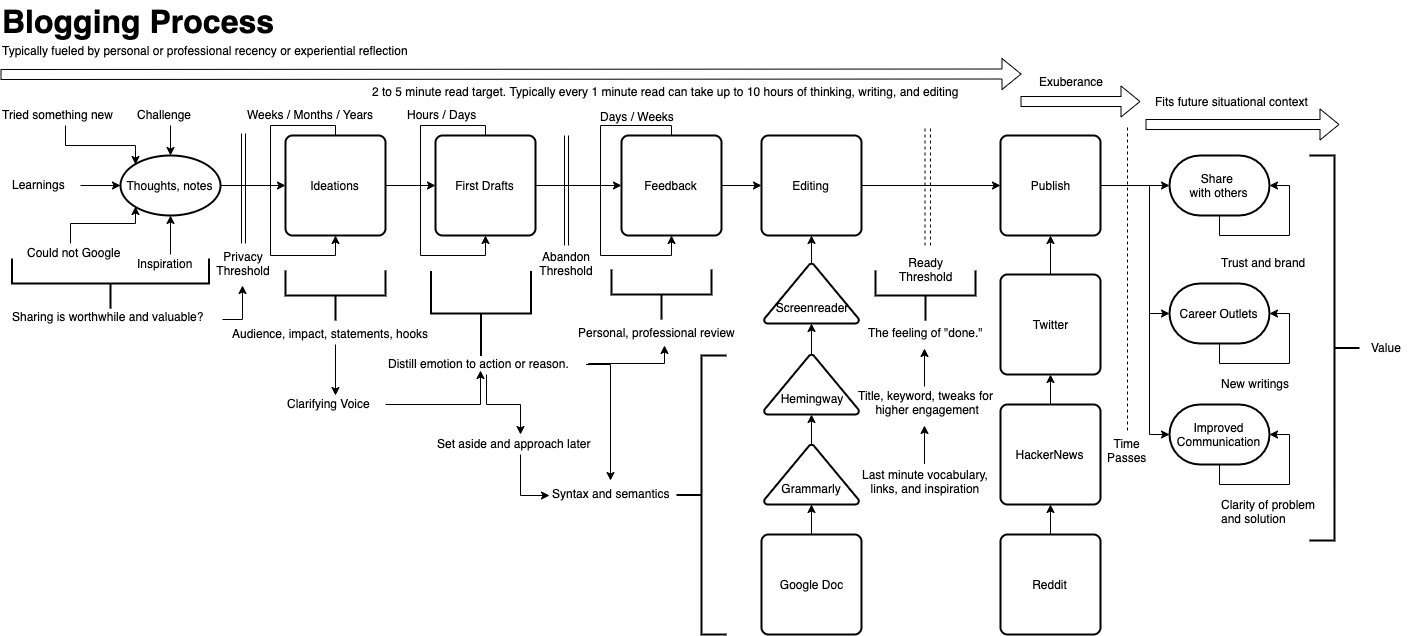
solidi/learning-notes keeps this draw.io diagram as mentoring/diagrams/blogging-process.png. Above is the earlier version. Source tidied: cells renumbered, new cells last; positions are measured from the earlier drawing's top-left corner, leaving out a move shared by most shapes.
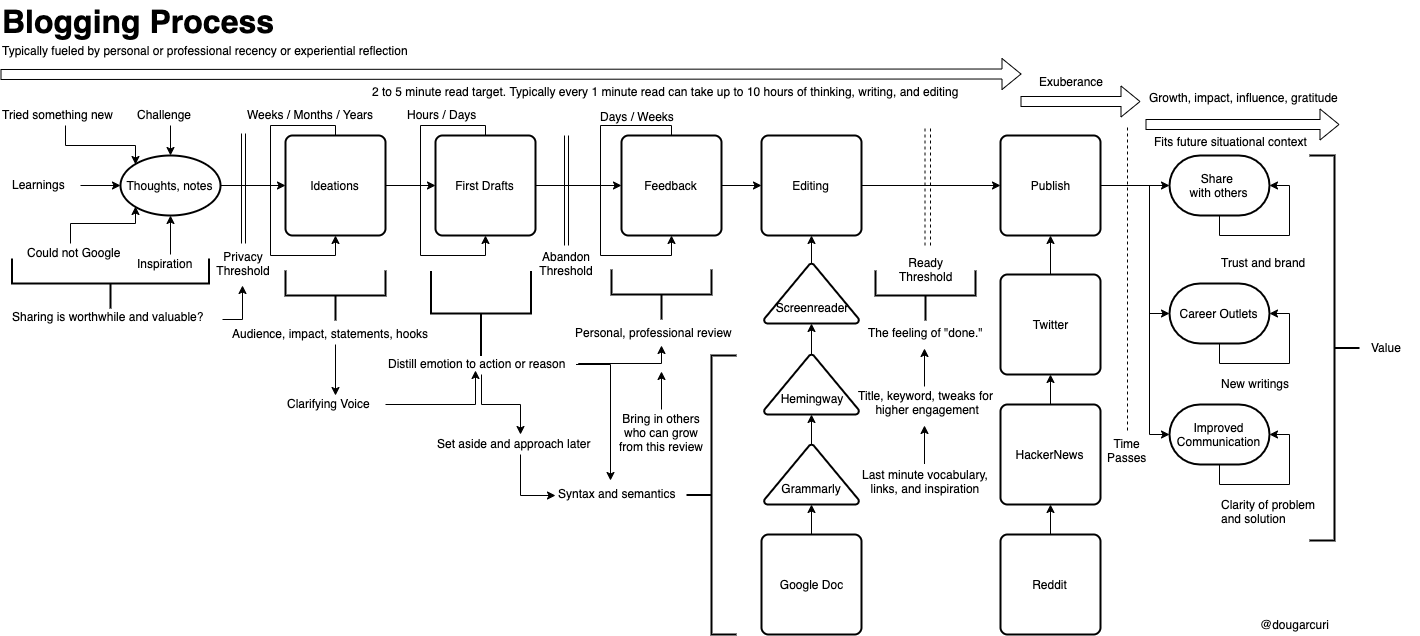
Later version of the same file.

Commit message:
Add growth and impact items

The edit, as a diff of the source:
```diff
@@ -134,7 +134,7 @@
       <mxGeometry x="636" y="244" width="50" height="100" as="geometry" />
     </mxCell>
     <mxCell id="34" value="Personal, professional review" style="text;html=1;points=[];align=left;verticalAlign=top;spacingTop=-4;" parent="1" vertex="1">
-      <mxGeometry x="576" y="323" width="170" height="20" as="geometry" />
+      <mxGeometry x="573" y="323" width="170" height="20" as="geometry" />
     </mxCell>
     <mxCell id="35" style="strokeWidth=2;html=1;shape=mxgraph.flowchart.annotation_2;align=left;labelPosition=right;rotation=-90;" parent="1" vertex="1">
       <mxGeometry x="438" y="263" width="85" height="100" as="geometry" />
@@ -142,21 +142,24 @@
     <mxCell id="36" style="edgeStyle=orthogonalEdgeStyle;rounded=0;jettySize=auto;html=1;entryX=0.518;entryY=1.1;entryDx=0;entryDy=0;entryPerimeter=0;exitX=1.013;exitY=0.5;exitDx=0;exitDy=0;exitPerimeter=0;" parent="1" edge="1" source="39" target="34">
       <mxGeometry relative="1" as="geometry">
         <Array as="points">
-          <mxPoint x="588" y="363" />
-          <mxPoint x="664" y="363" />
+          <mxPoint x="578" y="363" />
+          <mxPoint x="661" y="363" />
         </Array>
       </mxGeometry>
     </mxCell>
     <mxCell id="37" style="edgeStyle=orthogonalEdgeStyle;rounded=0;jettySize=auto;html=1;" parent="1" edge="1" source="39">
       <mxGeometry relative="1" as="geometry">
         <mxPoint x="610" y="480" as="targetPoint" />
+        <Array as="points">
+          <mxPoint x="610" y="364" />
+        </Array>
       </mxGeometry>
     </mxCell>
     <mxCell id="38" style="edgeStyle=orthogonalEdgeStyle;rounded=0;jettySize=auto;html=1;" parent="1" edge="1" source="39" target="72">
       <mxGeometry relative="1" as="geometry" />
     </mxCell>
-    <mxCell id="39" value="Distill emotion to action or reason." style="text;html=1;points=[];align=left;verticalAlign=top;spacingTop=-4;" parent="1" vertex="1">
-      <mxGeometry x="385.5" y="354" width="200" height="20" as="geometry" />
+    <mxCell id="39" value="Distill emotion to action or reason" style="text;html=1;points=[];align=left;verticalAlign=top;spacingTop=-4;" parent="1" vertex="1">
+      <mxGeometry x="385.5" y="354" width="190" height="20" as="geometry" />
     </mxCell>
     <mxCell id="40" style="edgeStyle=orthogonalEdgeStyle;rounded=0;jettySize=auto;html=1;exitX=0.5;exitY=0;exitDx=0;exitDy=0;entryX=0.5;entryY=1;entryDx=0;entryDy=0;entryPerimeter=0;" parent="1" edge="1" source="41" target="43">
       <mxGeometry relative="1" as="geometry" />
@@ -191,10 +194,10 @@
       </mxGeometry>
     </mxCell>
     <mxCell id="49" style="strokeWidth=2;html=1;shape=mxgraph.flowchart.annotation_2;align=left;labelPosition=right;rotation=0;" parent="1" vertex="1">
-      <mxGeometry x="676" y="355" width="50" height="279" as="geometry" />
+      <mxGeometry x="686" y="355" width="50" height="279" as="geometry" />
     </mxCell>
     <mxCell id="50" value="Syntax and semantics" style="text;html=1;points=[];align=left;verticalAlign=top;spacingTop=-4;" parent="1" vertex="1">
-      <mxGeometry x="550" y="484" width="130" height="20" as="geometry" />
+      <mxGeometry x="556" y="484" width="130" height="20" as="geometry" />
     </mxCell>
     <mxCell id="51" style="shape=link;html=1;" parent="1" edge="1">
       <mxGeometry relative="1" as="geometry">
@@ -240,7 +243,7 @@
     </mxCell>
     <mxCell id="61" value="Fits future situational context" style="text;html=1;align=center;verticalAlign=middle;labelBackgroundColor=#ffffff;" parent="60" vertex="1">
       <mxGeometry x="-0.57" y="3" relative="1" as="geometry">
-        <mxPoint x="44" y="-21" as="offset" />
+        <mxPoint x="43" y="19" as="offset" />
       </mxGeometry>
     </mxCell>
     <mxCell id="62" style="edgeStyle=orthogonalEdgeStyle;rounded=0;orthogonalLoop=1;jettySize=auto;html=1;exitX=0.5;exitY=1;exitDx=0;exitDy=0;exitPerimeter=0;entryX=1;entryY=0.5;entryDx=0;entryDy=0;entryPerimeter=0;" parent="1" edge="1" source="57" target="57">
@@ -380,5 +383,22 @@
     <mxCell id="98" value="The feeling of &quot;done.&quot;" style="text;html=1;align=center;verticalAlign=top;spacingTop=-4;" parent="1" vertex="1">
       <mxGeometry x="860" y="323" width="130" height="20" as="geometry" />
     </mxCell>
+    <mxCell id="99" value="Growth, impact, influence, gratitude" style="text;html=1;align=center;verticalAlign=middle;labelBackgroundColor=#ffffff;" parent="1" vertex="1">
+      <mxGeometry x="1200" y="80" as="geometry">
+        <mxPoint x="43" y="16" as="offset" />
+      </mxGeometry>
+    </mxCell>
+    <mxCell id="100" value="@dougarcuri" style="text;html=1;align=center;verticalAlign=middle;" parent="1" vertex="1">
+      <mxGeometry x="1254" y="614" width="80" height="20" as="geometry" />
+    </mxCell>
+    <mxCell id="101" value="Bring in others&lt;br&gt;who can grow&lt;br&gt;from this review" style="text;html=1;align=center;verticalAlign=top;spacingTop=-4;" parent="1" vertex="1">
+      <mxGeometry x="611" y="409" width="100" height="40" as="geometry" />
+    </mxCell>
+    <mxCell id="102" style="edgeStyle=orthogonalEdgeStyle;rounded=0;orthogonalLoop=1;jettySize=auto;html=1;exitX=0.5;exitY=0;exitDx=0;exitDy=0;entryX=0.5;entryY=1;entryDx=0;entryDy=0;" parent="1" edge="1">
+      <mxGeometry relative="1" as="geometry">
+        <mxPoint x="661" y="409" as="sourcePoint" />
+        <mxPoint x="661" y="370.5" as="targetPoint" />
+      </mxGeometry>
+    </mxCell>
   </root>
 </mxGraphModel>
```
